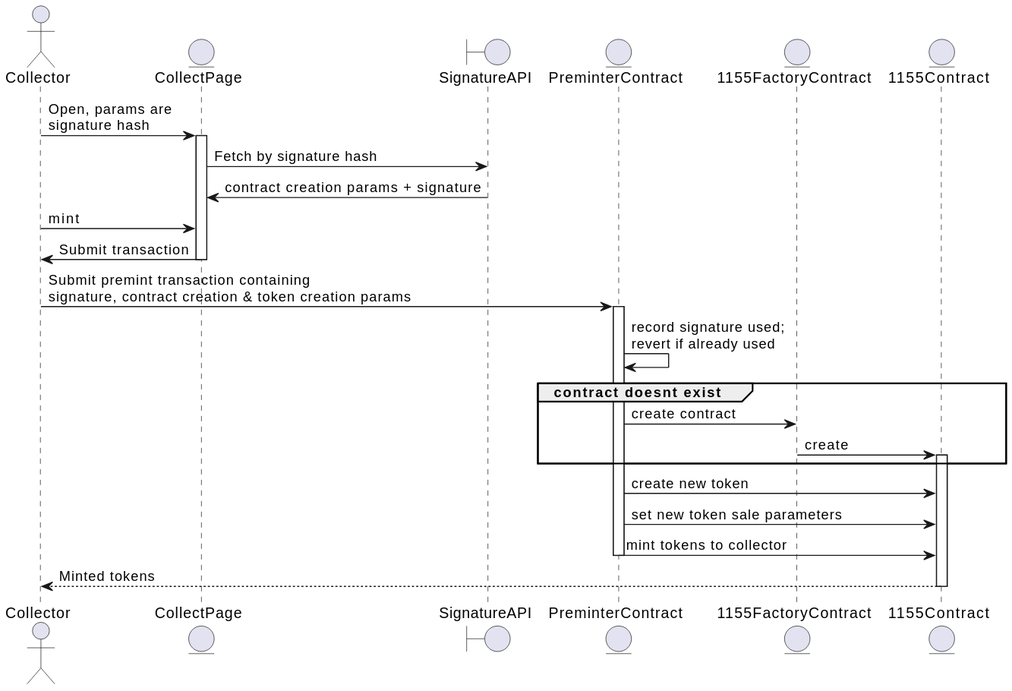
Earlier version of the PlantUML export uml/generated/gasslessCreate-collecting.svg (ourzora/zora-protocol).
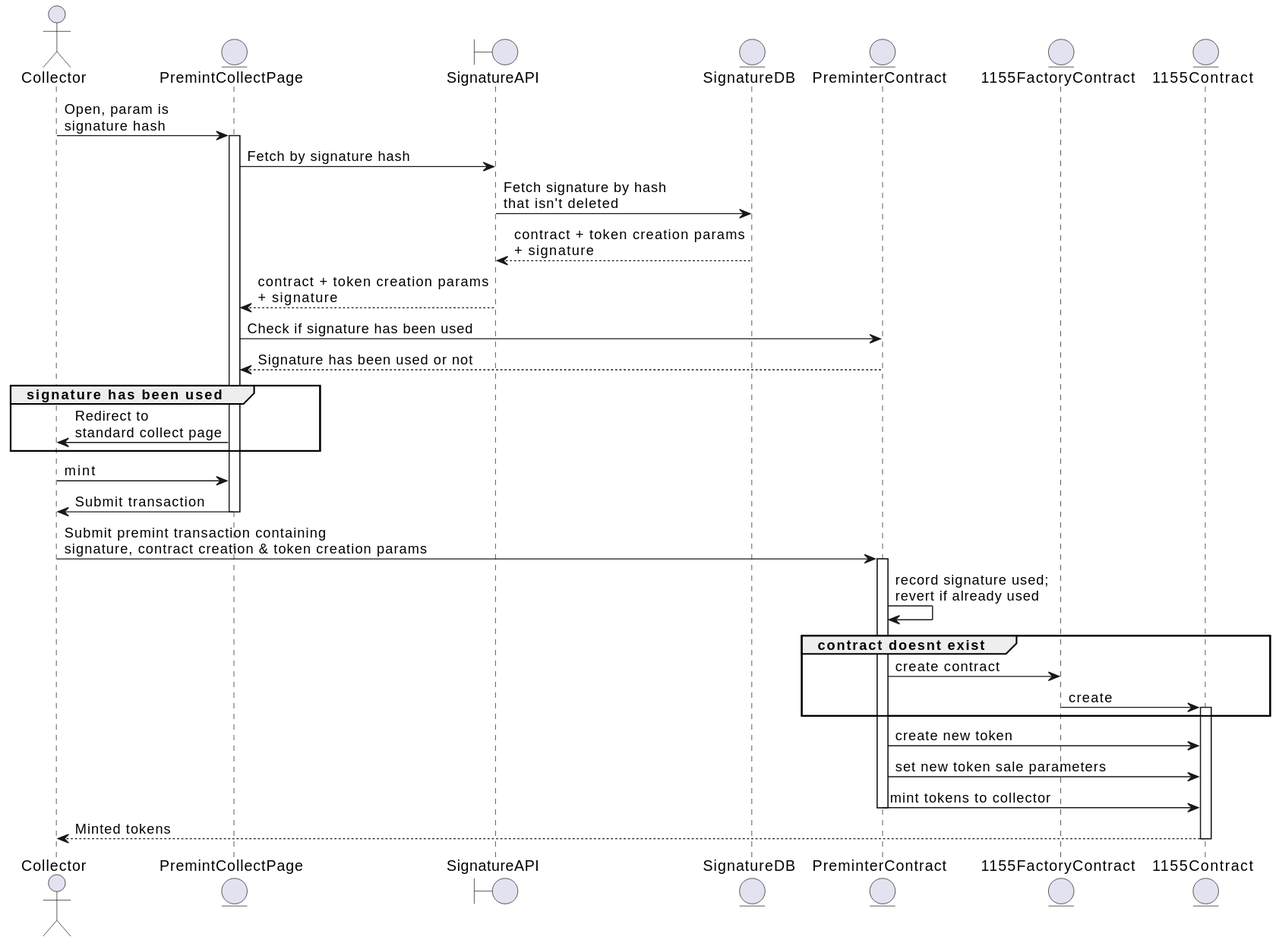
The same diagram one commit later.

Diff of the diagram source:
```diff
@@ -1,18 +1,30 @@
 @startuml
 actor Collector
-entity CollectPage
+entity PremintCollectPage
 boundary SignatureAPI
+entity SignatureDB
 entity PreminterContract
 entity 1155FactoryContract
 entity 1155Contract
 
-Collector -> CollectPage: Open, params are \nsignature hash
-Activate CollectPage
-CollectPage -> SignatureAPI: Fetch by signature hash
-SignatureAPI -> CollectPage: contract creation params + signature
-Collector -> CollectPage: mint
-CollectPage -> Collector: Submit transaction
-deactivate CollectPage
+Collector -> PremintCollectPage: Open, param is \nsignature hash
+Activate PremintCollectPage
+PremintCollectPage -> SignatureAPI: Fetch by signature hash
+SignatureAPI -> SignatureDB: Fetch signature by hash\nthat isn't deleted
+SignatureDB --> SignatureAPI: contract + token creation params\n+ signature
+SignatureAPI --> PremintCollectPage: contract + token creation params\n+ signature
+PremintCollectPage -> PreminterContract: Check if signature has been used
+PreminterContract --> PremintCollectPage: Signature has been used or not
+
+Group signature has been used
+
+    PremintCollectPage -> Collector: Redirect to \nstandard collect page
+
+end
+
+Collector -> PremintCollectPage: mint
+PremintCollectPage -> Collector: Submit transaction
+deactivate PremintCollectPage
 Collector -> PreminterContract: Submit premint transaction containing \nsignature, contract creation & token creation params
 activate PreminterContract
 PreminterContract -> PreminterContract: record signature used;\nrevert if already used
```
